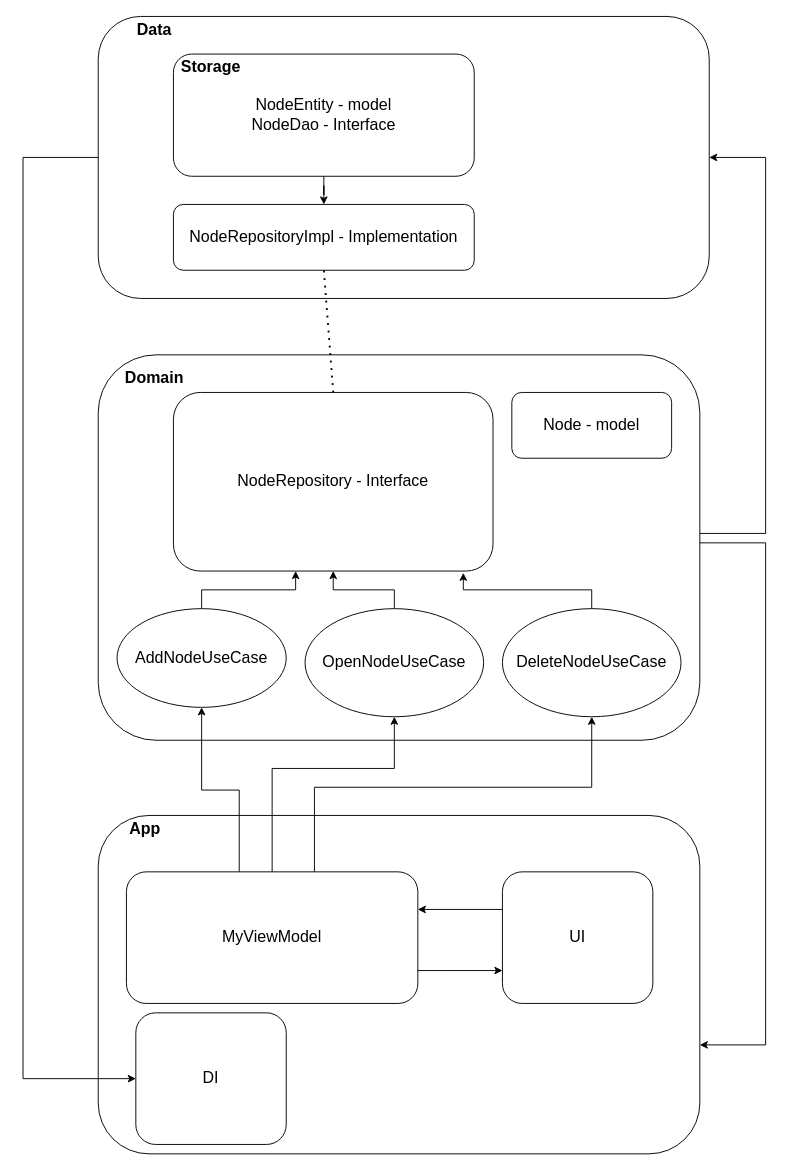
Above: AppArchitecture.drawio in borsalinho/DeNetTest (draw.io), before the change. Source tidied: cells renumbered, new cells numbered last; positions are measured from the earlier drawing's top-left corner, leaving out a move shared by most shapes. Both pictures are drawn from the tidied source at 94%, with x=0, y=0 at pixel (23, 16).
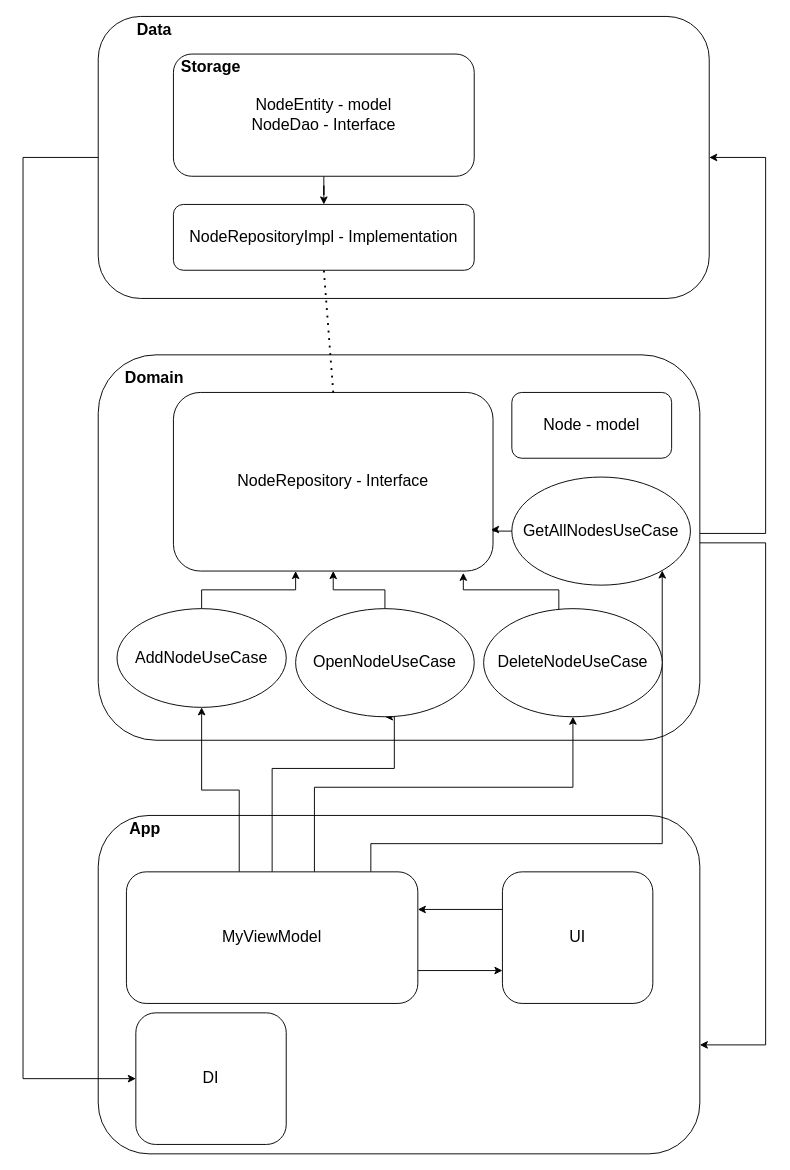
The same diagram, later.

Unchanged cells that the change refers to:
```xml
<mxCell id="13" value="&lt;font style=&quot;font-size: 17px;&quot;&gt;MyViewModel&lt;/font&gt;" style="rounded=1;whiteSpace=wrap;html=1;" parent="1" vertex="1">
  <mxGeometry x="110" y="910" width="310" height="140" as="geometry" />
</mxCell>
<mxCell id="17" value="&lt;span style=&quot;font-size: 17px;&quot;&gt;NodeRepository - Interface&lt;/span&gt;" style="rounded=1;whiteSpace=wrap;html=1;" parent="1" vertex="1">
  <mxGeometry x="160" y="400" width="340" height="190" as="geometry" />
</mxCell>
```

The edit, as a diff of the source:
```diff
@@
     <mxCell id="11" style="edgeStyle=orthogonalEdgeStyle;rounded=0;jettySize=auto;html=1;entryX=0.5;entryY=1;entryDx=0;entryDy=0;" parent="1" edge="1" source="13" target="20">
       <mxGeometry relative="1" as="geometry">
         <Array as="points">
           <mxPoint x="310" y="820" />
-          <mxPoint x="605" y="820" />
+          <mxPoint x="585" y="820" />
         </Array>
       </mxGeometry>
     </mxCell>
@@
+    <mxCell id="32" style="edgeStyle=orthogonalEdgeStyle;rounded=0;jettySize=auto;html=1;" parent="1" edge="1" source="13" target="33">
+      <mxGeometry relative="1" as="geometry">
+        <Array as="points">
+          <mxPoint x="370" y="880" />
+          <mxPoint x="680" y="880" />
+        </Array>
+      </mxGeometry>
+    </mxCell>
@@
     <mxCell id="20" value="DeleteNodeUseCase" style="ellipse;whiteSpace=wrap;html=1;fontSize=17;" parent="1" vertex="1">
-      <mxGeometry x="510" y="630" width="190" height="115" as="geometry" />
+      <mxGeometry x="490" y="630" width="190" height="115" as="geometry" />
     </mxCell>
@@
     <mxCell id="22" value="OpenNodeUseCase" style="ellipse;whiteSpace=wrap;html=1;fontSize=17;" parent="1" vertex="1">
-      <mxGeometry x="300" y="630" width="190" height="115" as="geometry" />
+      <mxGeometry x="290" y="630" width="190" height="115" as="geometry" />
     </mxCell>
@@
     <mxCell id="29" style="edgeStyle=orthogonalEdgeStyle;rounded=0;jettySize=auto;html=1;entryX=0.907;entryY=1.01;entryDx=0;entryDy=0;entryPerimeter=0;" parent="1" edge="1" source="20" target="17">
       <mxGeometry relative="1" as="geometry">
         <Array as="points">
-          <mxPoint x="605" y="610" />
+          <mxPoint x="570" y="610" />
           <mxPoint x="468" y="610" />
         </Array>
       </mxGeometry>
     </mxCell>
@@
+    <mxCell id="33" value="GetAllNodesUseCase" style="ellipse;whiteSpace=wrap;html=1;fontSize=17;" parent="1" vertex="1">
+      <mxGeometry x="520" y="490" width="190" height="115" as="geometry" />
+    </mxCell>
+    <mxCell id="34" style="edgeStyle=orthogonalEdgeStyle;rounded=0;jettySize=auto;html=1;entryX=0.994;entryY=0.768;entryDx=0;entryDy=0;entryPerimeter=0;" parent="1" edge="1" source="33" target="17">
+      <mxGeometry relative="1" as="geometry" />
+    </mxCell>
```
